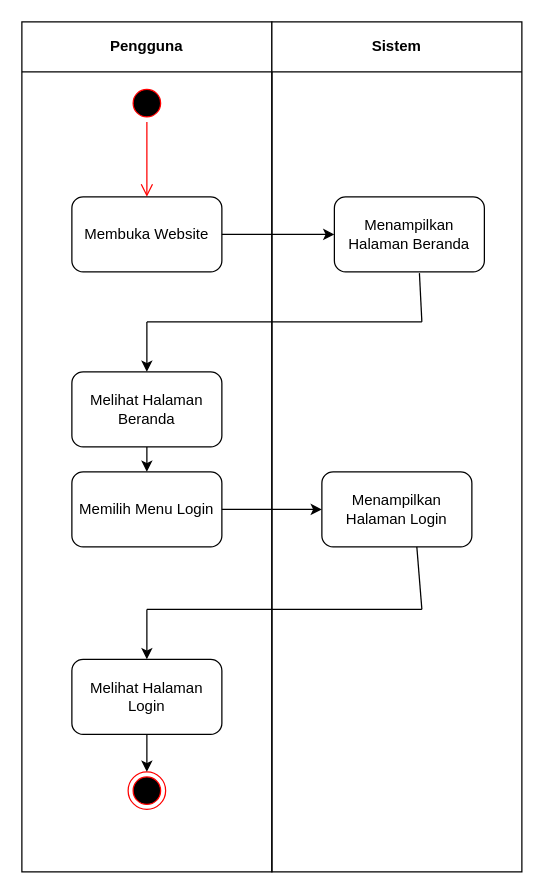
This is docs/activity/login user-activity.drawio from EvandriRidho/Rizquna-Bakery, a draw.io file, before an edit. Source tidied: cells renumbered, new cells numbered last; positions are measured from the earlier drawing's top-left corner, leaving out a move shared by most shapes. Both pictures are drawn from the tidied source at 125%, with x=0, y=0 at pixel (21, 21).
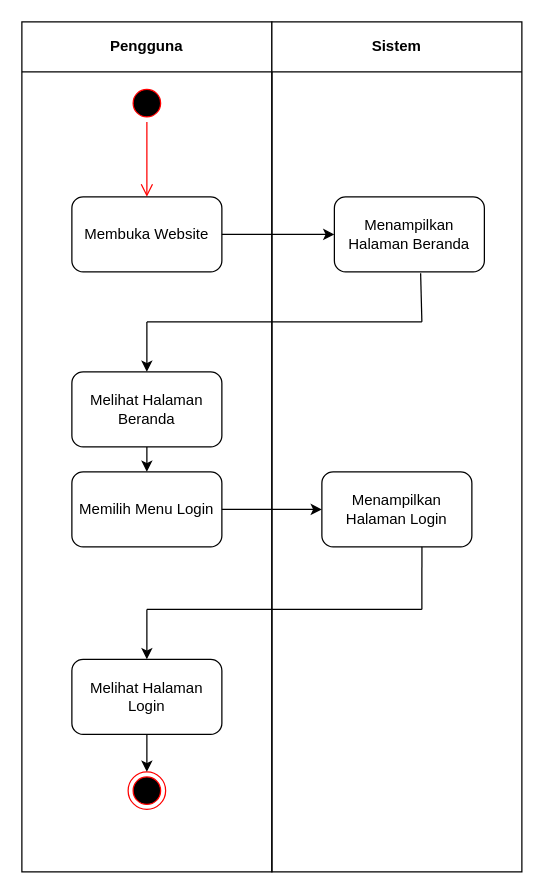
The same page after the edit.

Commit message (it also covers changes not shown here):
docs (diagram) : make a change for checkout, login user, navigasi user flow

The change refers to these unchanged cells:
```xml
<mxCell id="11" value="Menampilkan Halaman Beranda" style="rounded=1;whiteSpace=wrap;html=1;" parent="10" vertex="1">
  <mxGeometry x="50" y="140" width="120" height="60" as="geometry" />
</mxCell>
<mxCell id="12" value="Menampilkan Halaman Login" style="rounded=1;whiteSpace=wrap;html=1;" parent="10" vertex="1">
  <mxGeometry x="40" y="360" width="120" height="60" as="geometry" />
</mxCell>
```

What changed in the source:
```diff
@@
-    <mxCell id="14" style="endArrow=none;html=1;rounded=0;entryX=0.567;entryY=1.017;entryDx=0;entryDy=0;entryPerimeter=0;" parent="1" edge="1" target="11">
-      <mxGeometry relative="1" as="geometry">
-        <mxPoint x="320" y="240" as="sourcePoint" />
-      </mxGeometry>
-    </mxCell>
@@
-    <mxCell id="19" style="endArrow=none;html=1;rounded=0;entryX=0.633;entryY=1;entryDx=0;entryDy=0;entryPerimeter=0;" parent="1" edge="1" target="12">
-      <mxGeometry relative="1" as="geometry">
-        <mxPoint x="320" y="470" as="sourcePoint" />
-      </mxGeometry>
-    </mxCell>
@@
+    <mxCell id="23" style="endArrow=none;html=1;rounded=0;exitX=0.575;exitY=1.017;exitDx=0;exitDy=0;exitPerimeter=0;" parent="1" edge="1" source="11">
+      <mxGeometry relative="1" as="geometry">
+        <mxPoint x="320" y="240" as="targetPoint" />
+      </mxGeometry>
+    </mxCell>
+    <mxCell id="24" style="endArrow=none;html=1;rounded=0;entryX=0.667;entryY=1;entryDx=0;entryDy=0;entryPerimeter=0;" parent="1" edge="1" target="12">
+      <mxGeometry relative="1" as="geometry">
+        <mxPoint x="320" y="470" as="sourcePoint" />
+      </mxGeometry>
+    </mxCell>
```
